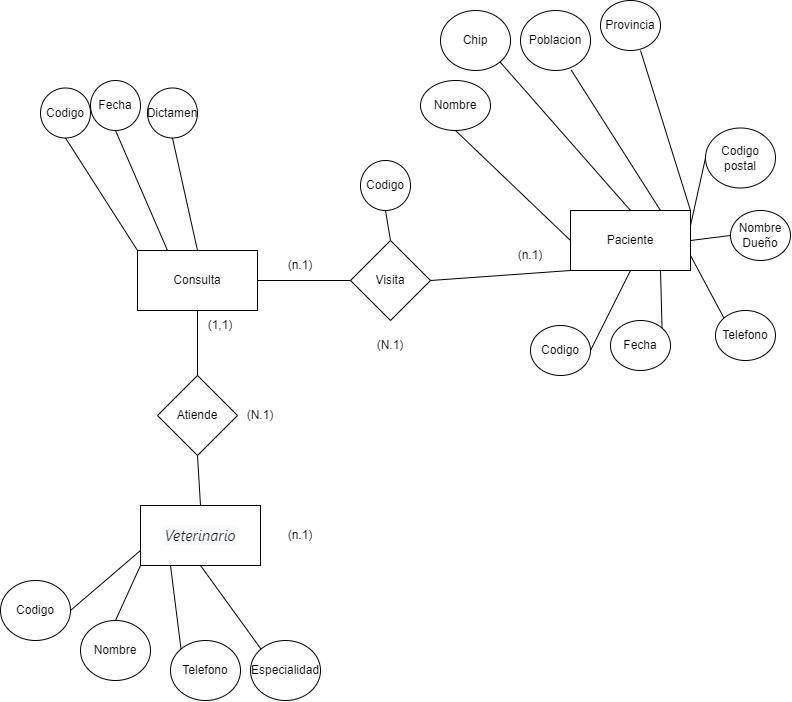
The draw.io diagram Tema2/Modelos E/Jose_manuel_ej4.drawio.png in Joseman2000LR/Bae, before a commit. Source tidied: cells renumbered, new cells last; positions are measured from the earlier drawing's top-left corner, leaving out a move shared by most shapes. The source it was exported from:
```xml
<mxGraphModel>
  <root>
    <mxCell id="0" />
    <mxCell id="1" parent="0" />
    <mxCell id="2" value="&lt;div style=&quot;text-align: left;&quot;&gt;&lt;font face=&quot;-apple-system, BlinkMacSystemFont, Segoe UI, Roboto, Helvetica Neue, Arial, Noto Sans, Liberation Sans, sans-serif, Apple Color Emoji, Segoe UI Emoji, Segoe UI Symbol, Noto Color Emoji&quot; color=&quot;#1d2125&quot;&gt;&lt;span style=&quot;font-size: 15px; background-color: rgb(248, 249, 250);&quot;&gt;&lt;i&gt;Veterinario&lt;/i&gt;&lt;/span&gt;&lt;/font&gt;&lt;/div&gt;" style="rounded=0;whiteSpace=wrap;html=1;" parent="1" vertex="1">
      <mxGeometry x="140" y="505" width="120" height="60" as="geometry" />
    </mxCell>
    <mxCell id="3" value="Nombre" style="ellipse;whiteSpace=wrap;html=1;" parent="1" vertex="1">
      <mxGeometry x="80" y="620" width="70" height="60" as="geometry" />
    </mxCell>
    <mxCell id="4" value="Codigo" style="ellipse;whiteSpace=wrap;html=1;" parent="1" vertex="1">
      <mxGeometry y="580" width="70" height="60" as="geometry" />
    </mxCell>
    <mxCell id="5" value="Paciente" style="rounded=0;whiteSpace=wrap;html=1;" parent="1" vertex="1">
      <mxGeometry x="570" y="210" width="120" height="60" as="geometry" />
    </mxCell>
    <mxCell id="6" value="Atiende" style="rhombus;whiteSpace=wrap;html=1;" parent="1" vertex="1">
      <mxGeometry x="157" y="375" width="80" height="80" as="geometry" />
    </mxCell>
    <mxCell id="7" value="Poblacion" style="ellipse;whiteSpace=wrap;html=1;" parent="1" vertex="1">
      <mxGeometry x="520" y="10" width="70" height="60" as="geometry" />
    </mxCell>
    <mxCell id="8" value="Chip" style="ellipse;whiteSpace=wrap;html=1;" parent="1" vertex="1">
      <mxGeometry x="440" y="10" width="70" height="60" as="geometry" />
    </mxCell>
    <mxCell id="9" style="endArrow=none;html=1;rounded=0;entryX=0.5;entryY=0;entryDx=0;entryDy=0;exitX=0.5;exitY=1;exitDx=0;exitDy=0;" parent="1" edge="1" source="38" target="6">
      <mxGeometry relative="1" as="geometry" />
    </mxCell>
    <mxCell id="10" style="endArrow=none;html=1;rounded=0;exitX=1;exitY=0.5;exitDx=0;exitDy=0;entryX=0;entryY=0.75;entryDx=0;entryDy=0;" parent="1" edge="1" source="4" target="2">
      <mxGeometry relative="1" as="geometry" />
    </mxCell>
    <mxCell id="11" style="endArrow=none;html=1;rounded=0;entryX=0.5;entryY=0;entryDx=0;entryDy=0;exitX=0;exitY=1;exitDx=0;exitDy=0;" parent="1" edge="1" source="2" target="3">
      <mxGeometry relative="1" as="geometry" />
    </mxCell>
    <mxCell id="12" value="Nombre" style="ellipse;whiteSpace=wrap;html=1;" parent="1" vertex="1">
      <mxGeometry x="420" y="80" width="70" height="50" as="geometry" />
    </mxCell>
    <mxCell id="13" style="endArrow=none;html=1;rounded=0;entryX=0.5;entryY=1;entryDx=0;entryDy=0;exitX=0.5;exitY=0;exitDx=0;exitDy=0;" parent="1" edge="1" source="2" target="6">
      <mxGeometry relative="1" as="geometry" />
    </mxCell>
    <mxCell id="14" value="(N.1)" style="text;html=1;strokeColor=none;fillColor=none;align=center;verticalAlign=middle;whiteSpace=wrap;rounded=0;" parent="1" vertex="1">
      <mxGeometry x="230" y="400" width="60" height="30" as="geometry" />
    </mxCell>
    <mxCell id="15" value="(n.1)" style="text;html=1;strokeColor=none;fillColor=none;align=center;verticalAlign=middle;whiteSpace=wrap;rounded=0;" parent="1" vertex="1">
      <mxGeometry x="270" y="520" width="60" height="30" as="geometry" />
    </mxCell>
    <mxCell id="16" value="(1,1)" style="text;html=1;strokeColor=none;fillColor=none;align=center;verticalAlign=middle;whiteSpace=wrap;rounded=0;" parent="1" vertex="1">
      <mxGeometry x="190" y="310" width="60" height="30" as="geometry" />
    </mxCell>
    <mxCell id="17" style="endArrow=none;html=1;rounded=0;entryX=1;entryY=0.5;entryDx=0;entryDy=0;exitX=0.5;exitY=1;exitDx=0;exitDy=0;" parent="1" edge="1" source="5" target="25">
      <mxGeometry relative="1" as="geometry" />
    </mxCell>
    <mxCell id="18" style="endArrow=none;html=1;rounded=0;entryX=0.5;entryY=1;entryDx=0;entryDy=0;exitX=0;exitY=0.5;exitDx=0;exitDy=0;" parent="1" edge="1" source="5" target="12">
      <mxGeometry relative="1" as="geometry" />
    </mxCell>
    <mxCell id="19" style="endArrow=none;html=1;rounded=0;entryX=0.5;entryY=0;entryDx=0;entryDy=0;exitX=1;exitY=1;exitDx=0;exitDy=0;" parent="1" edge="1" source="8" target="5">
      <mxGeometry relative="1" as="geometry" />
    </mxCell>
    <mxCell id="20" style="endArrow=none;html=1;rounded=0;entryX=0.75;entryY=0;entryDx=0;entryDy=0;exitX=0.724;exitY=0.992;exitDx=0;exitDy=0;exitPerimeter=0;" parent="1" edge="1" source="7" target="5">
      <mxGeometry relative="1" as="geometry" />
    </mxCell>
    <mxCell id="21" value="Telefono" style="ellipse;whiteSpace=wrap;html=1;" parent="1" vertex="1">
      <mxGeometry x="170" y="640" width="70" height="60" as="geometry" />
    </mxCell>
    <mxCell id="22" style="endArrow=none;html=1;rounded=0;entryX=0.25;entryY=1;entryDx=0;entryDy=0;exitX=0;exitY=0;exitDx=0;exitDy=0;" parent="1" edge="1" source="21" target="2">
      <mxGeometry relative="1" as="geometry" />
    </mxCell>
    <mxCell id="23" value="Especialidad" style="ellipse;whiteSpace=wrap;html=1;" parent="1" vertex="1">
      <mxGeometry x="250" y="640" width="70" height="60" as="geometry" />
    </mxCell>
    <mxCell id="24" style="endArrow=none;html=1;rounded=0;entryX=0.5;entryY=1;entryDx=0;entryDy=0;exitX=0;exitY=0;exitDx=0;exitDy=0;" parent="1" edge="1" source="23" target="2">
      <mxGeometry relative="1" as="geometry" />
    </mxCell>
    <mxCell id="25" value="Codigo" style="ellipse;whiteSpace=wrap;html=1;" parent="1" vertex="1">
      <mxGeometry x="530" y="325" width="60" height="50" as="geometry" />
    </mxCell>
    <mxCell id="26" value="Provincia" style="ellipse;whiteSpace=wrap;html=1;" parent="1" vertex="1">
      <mxGeometry x="600" width="60" height="50" as="geometry" />
    </mxCell>
    <mxCell id="27" style="endArrow=none;html=1;rounded=0;entryX=1;entryY=0;entryDx=0;entryDy=0;exitX=0;exitY=0.5;exitDx=0;exitDy=0;" parent="1" edge="1" target="5">
      <mxGeometry relative="1" as="geometry">
        <mxPoint x="640" y="50" as="sourcePoint" />
      </mxGeometry>
    </mxCell>
    <mxCell id="28" value="Codigo postal" style="ellipse;whiteSpace=wrap;html=1;" parent="1" vertex="1">
      <mxGeometry x="705" y="127.5" width="70" height="60" as="geometry" />
    </mxCell>
    <mxCell id="29" value="Nombre Dueño" style="ellipse;whiteSpace=wrap;html=1;" parent="1" vertex="1">
      <mxGeometry x="730" y="210" width="60" height="50" as="geometry" />
    </mxCell>
    <mxCell id="30" style="endArrow=none;html=1;rounded=0;entryX=0;entryY=0.5;entryDx=0;entryDy=0;exitX=1;exitY=0.25;exitDx=0;exitDy=0;" parent="1" edge="1" source="5" target="28">
      <mxGeometry relative="1" as="geometry" />
    </mxCell>
    <mxCell id="31" value="Telefono" style="ellipse;whiteSpace=wrap;html=1;" parent="1" vertex="1">
      <mxGeometry x="715" y="310" width="60" height="50" as="geometry" />
    </mxCell>
    <mxCell id="32" value="Fecha" style="ellipse;whiteSpace=wrap;html=1;" parent="1" vertex="1">
      <mxGeometry x="610" y="320" width="60" height="50" as="geometry" />
    </mxCell>
    <mxCell id="33" style="endArrow=none;html=1;rounded=0;entryX=0;entryY=0.5;entryDx=0;entryDy=0;exitX=1;exitY=0.5;exitDx=0;exitDy=0;" parent="1" edge="1" source="5" target="29">
      <mxGeometry relative="1" as="geometry" />
    </mxCell>
    <mxCell id="34" style="endArrow=none;html=1;rounded=0;entryX=0;entryY=0;entryDx=0;entryDy=0;exitX=1;exitY=0.75;exitDx=0;exitDy=0;" parent="1" edge="1" source="5" target="31">
      <mxGeometry relative="1" as="geometry" />
    </mxCell>
    <mxCell id="35" style="endArrow=none;html=1;rounded=0;entryX=0.75;entryY=1;entryDx=0;entryDy=0;exitX=1;exitY=0;exitDx=0;exitDy=0;" parent="1" edge="1" source="32" target="5">
      <mxGeometry relative="1" as="geometry" />
    </mxCell>
    <mxCell id="36" value="Codigo" style="ellipse;whiteSpace=wrap;html=1;" parent="1" vertex="1">
      <mxGeometry x="360" y="160" width="50" height="50" as="geometry" />
    </mxCell>
    <mxCell id="37" style="endArrow=none;html=1;rounded=0;entryX=0.5;entryY=0;entryDx=0;entryDy=0;exitX=0.5;exitY=1;exitDx=0;exitDy=0;" parent="1" edge="1" source="36" target="39">
      <mxGeometry relative="1" as="geometry" />
    </mxCell>
    <mxCell id="38" value="Consulta" style="rounded=0;whiteSpace=wrap;html=1;" parent="1" vertex="1">
      <mxGeometry x="137" y="250" width="120" height="60" as="geometry" />
    </mxCell>
    <mxCell id="39" value="Visita" style="rhombus;whiteSpace=wrap;html=1;" parent="1" vertex="1">
      <mxGeometry x="350" y="240" width="80" height="80" as="geometry" />
    </mxCell>
    <mxCell id="40" style="endArrow=none;html=1;rounded=0;entryX=0;entryY=1;entryDx=0;entryDy=0;exitX=1;exitY=0.5;exitDx=0;exitDy=0;" parent="1" edge="1" source="39" target="5">
      <mxGeometry relative="1" as="geometry" />
    </mxCell>
    <mxCell id="41" style="endArrow=none;html=1;rounded=0;entryX=1;entryY=0.5;entryDx=0;entryDy=0;exitX=0;exitY=0.5;exitDx=0;exitDy=0;" parent="1" edge="1" source="39" target="38">
      <mxGeometry relative="1" as="geometry" />
    </mxCell>
    <mxCell id="42" value="Codigo" style="ellipse;whiteSpace=wrap;html=1;" parent="1" vertex="1">
      <mxGeometry x="40" y="87.5" width="50" height="50" as="geometry" />
    </mxCell>
    <mxCell id="43" style="endArrow=none;html=1;rounded=0;entryX=0;entryY=0;entryDx=0;entryDy=0;exitX=0.5;exitY=1;exitDx=0;exitDy=0;" parent="1" edge="1" source="42" target="38">
      <mxGeometry relative="1" as="geometry" />
    </mxCell>
    <mxCell id="44" value="Fecha" style="ellipse;whiteSpace=wrap;html=1;" parent="1" vertex="1">
      <mxGeometry x="90" y="80" width="50" height="50" as="geometry" />
    </mxCell>
    <mxCell id="45" style="endArrow=none;html=1;rounded=0;entryX=0.25;entryY=0;entryDx=0;entryDy=0;exitX=0.5;exitY=1;exitDx=0;exitDy=0;" parent="1" edge="1" source="44" target="38">
      <mxGeometry relative="1" as="geometry" />
    </mxCell>
    <mxCell id="46" value="Dictamen" style="ellipse;whiteSpace=wrap;html=1;" parent="1" vertex="1">
      <mxGeometry x="147" y="87.5" width="50" height="50" as="geometry" />
    </mxCell>
    <mxCell id="47" style="endArrow=none;html=1;rounded=0;entryX=0.5;entryY=0;entryDx=0;entryDy=0;exitX=0.5;exitY=1;exitDx=0;exitDy=0;" parent="1" edge="1" source="46" target="38">
      <mxGeometry relative="1" as="geometry" />
    </mxCell>
    <mxCell id="48" value="(N.1)" style="text;html=1;strokeColor=none;fillColor=none;align=center;verticalAlign=middle;whiteSpace=wrap;rounded=0;" parent="1" vertex="1">
      <mxGeometry x="360" y="330" width="60" height="30" as="geometry" />
    </mxCell>
    <mxCell id="49" value="(n.1)" style="text;html=1;strokeColor=none;fillColor=none;align=center;verticalAlign=middle;whiteSpace=wrap;rounded=0;" parent="1" vertex="1">
      <mxGeometry x="270" y="250" width="60" height="30" as="geometry" />
    </mxCell>
    <mxCell id="50" value="(n.1)" style="text;html=1;strokeColor=none;fillColor=none;align=center;verticalAlign=middle;whiteSpace=wrap;rounded=0;" parent="1" vertex="1">
      <mxGeometry x="500" y="240" width="60" height="30" as="geometry" />
    </mxCell>
  </root>
</mxGraphModel>
```
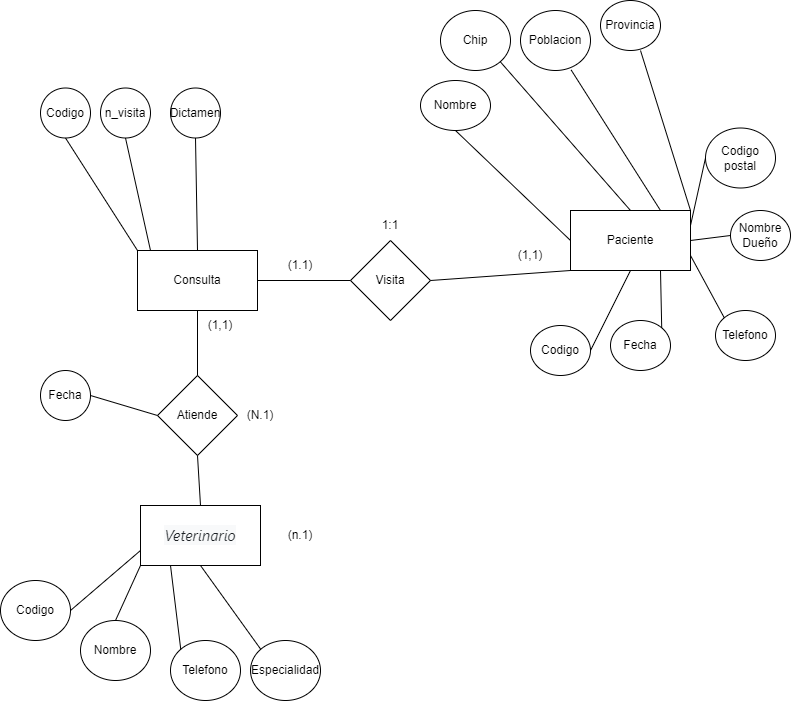
After the change.

Commit message:
Correcion de ejercicio de bae

Change to the diagram source:
```diff
@@ -106,12 +106,6 @@
     <mxCell id="35" style="endArrow=none;html=1;rounded=0;entryX=0.75;entryY=1;entryDx=0;entryDy=0;exitX=1;exitY=0;exitDx=0;exitDy=0;" parent="1" edge="1" source="32" target="5">
       <mxGeometry relative="1" as="geometry" />
     </mxCell>
-    <mxCell id="36" value="Codigo" style="ellipse;whiteSpace=wrap;html=1;" parent="1" vertex="1">
-      <mxGeometry x="360" y="160" width="50" height="50" as="geometry" />
-    </mxCell>
-    <mxCell id="37" style="endArrow=none;html=1;rounded=0;entryX=0.5;entryY=0;entryDx=0;entryDy=0;exitX=0.5;exitY=1;exitDx=0;exitDy=0;" parent="1" edge="1" source="36" target="39">
-      <mxGeometry relative="1" as="geometry" />
-    </mxCell>
     <mxCell id="38" value="Consulta" style="rounded=0;whiteSpace=wrap;html=1;" parent="1" vertex="1">
       <mxGeometry x="137" y="250" width="120" height="60" as="geometry" />
     </mxCell>
@@ -131,25 +125,33 @@
       <mxGeometry relative="1" as="geometry" />
     </mxCell>
     <mxCell id="44" value="Fecha" style="ellipse;whiteSpace=wrap;html=1;" parent="1" vertex="1">
-      <mxGeometry x="90" y="80" width="50" height="50" as="geometry" />
+      <mxGeometry x="40" y="370" width="50" height="50" as="geometry" />
     </mxCell>
-    <mxCell id="45" style="endArrow=none;html=1;rounded=0;entryX=0.25;entryY=0;entryDx=0;entryDy=0;exitX=0.5;exitY=1;exitDx=0;exitDy=0;" parent="1" edge="1" source="44" target="38">
+    <mxCell id="45" style="endArrow=none;html=1;rounded=0;entryX=0;entryY=0.5;entryDx=0;entryDy=0;exitX=1;exitY=0.5;exitDx=0;exitDy=0;" parent="1" edge="1" source="44" target="6">
       <mxGeometry relative="1" as="geometry" />
     </mxCell>
     <mxCell id="46" value="Dictamen" style="ellipse;whiteSpace=wrap;html=1;" parent="1" vertex="1">
-      <mxGeometry x="147" y="87.5" width="50" height="50" as="geometry" />
+      <mxGeometry x="170" y="87.5" width="50" height="50" as="geometry" />
     </mxCell>
     <mxCell id="47" style="endArrow=none;html=1;rounded=0;entryX=0.5;entryY=0;entryDx=0;entryDy=0;exitX=0.5;exitY=1;exitDx=0;exitDy=0;" parent="1" edge="1" source="46" target="38">
       <mxGeometry relative="1" as="geometry" />
     </mxCell>
-    <mxCell id="48" value="(N.1)" style="text;html=1;strokeColor=none;fillColor=none;align=center;verticalAlign=middle;whiteSpace=wrap;rounded=0;" parent="1" vertex="1">
-      <mxGeometry x="360" y="330" width="60" height="30" as="geometry" />
+    <mxCell id="48" value="1:1" style="text;html=1;strokeColor=none;fillColor=none;align=center;verticalAlign=middle;whiteSpace=wrap;rounded=0;" parent="1" vertex="1">
+      <mxGeometry x="360" y="210" width="60" height="30" as="geometry" />
     </mxCell>
-    <mxCell id="49" value="(n.1)" style="text;html=1;strokeColor=none;fillColor=none;align=center;verticalAlign=middle;whiteSpace=wrap;rounded=0;" parent="1" vertex="1">
+    <mxCell id="49" value="(1.1)" style="text;html=1;strokeColor=none;fillColor=none;align=center;verticalAlign=middle;whiteSpace=wrap;rounded=0;" parent="1" vertex="1">
       <mxGeometry x="270" y="250" width="60" height="30" as="geometry" />
     </mxCell>
-    <mxCell id="50" value="(n.1)" style="text;html=1;strokeColor=none;fillColor=none;align=center;verticalAlign=middle;whiteSpace=wrap;rounded=0;" parent="1" vertex="1">
+    <mxCell id="50" value="(1,1)" style="text;html=1;strokeColor=none;fillColor=none;align=center;verticalAlign=middle;whiteSpace=wrap;rounded=0;" parent="1" vertex="1">
       <mxGeometry x="500" y="240" width="60" height="30" as="geometry" />
     </mxCell>
+    <mxCell id="51" value="n_visita" style="ellipse;whiteSpace=wrap;html=1;" parent="1" vertex="1">
+      <mxGeometry x="100" y="87.5" width="50" height="50" as="geometry" />
+    </mxCell>
+    <mxCell id="52" style="endArrow=none;html=1;rounded=0;entryX=0.5;entryY=0;entryDx=0;entryDy=0;exitX=0.5;exitY=1;exitDx=0;exitDy=0;" parent="1" edge="1" source="51">
+      <mxGeometry relative="1" as="geometry">
+        <mxPoint x="150" y="250" as="targetPoint" />
+      </mxGeometry>
+    </mxCell>
   </root>
 </mxGraphModel>
```
